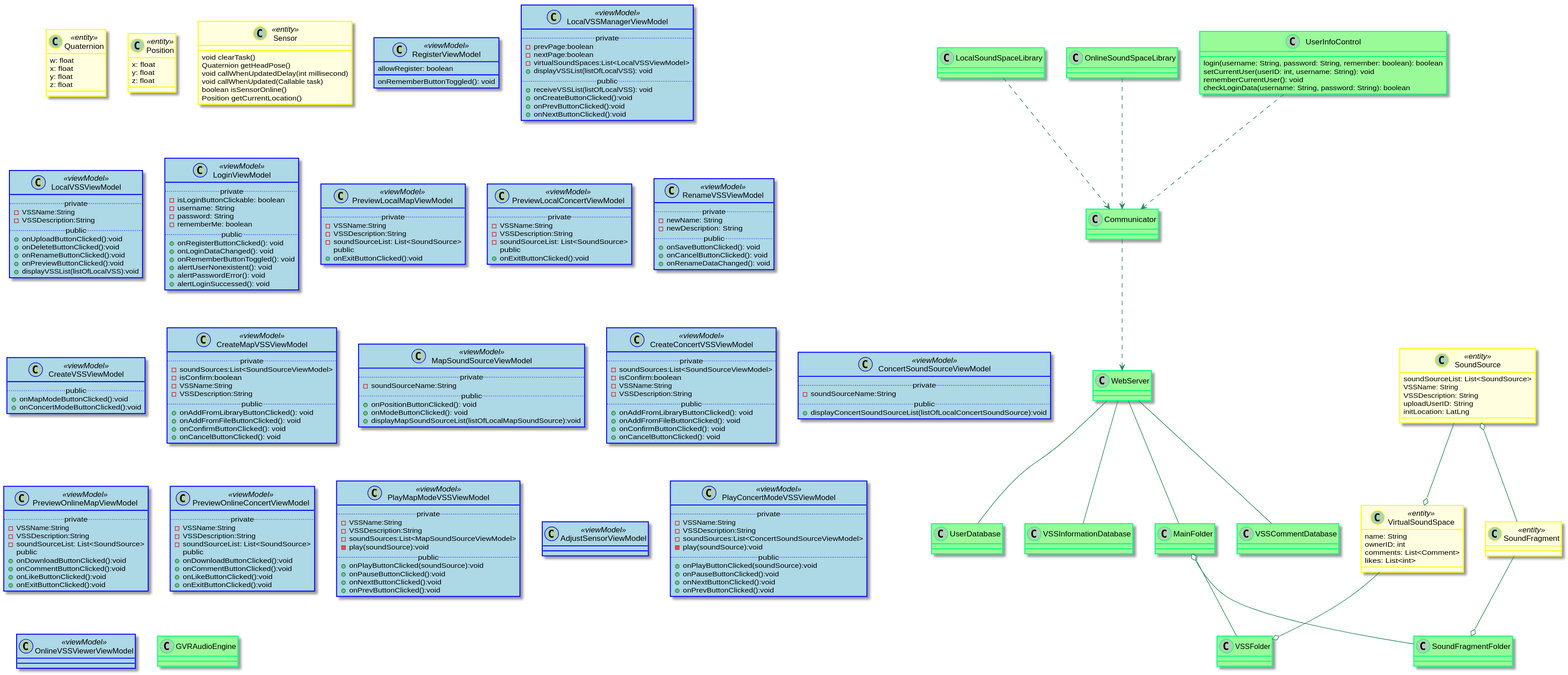
kpp19920121/doc keeps this PlantUML diagram as 设计/Diagrams/ClassDiagram.svg. Above is the earlier version.
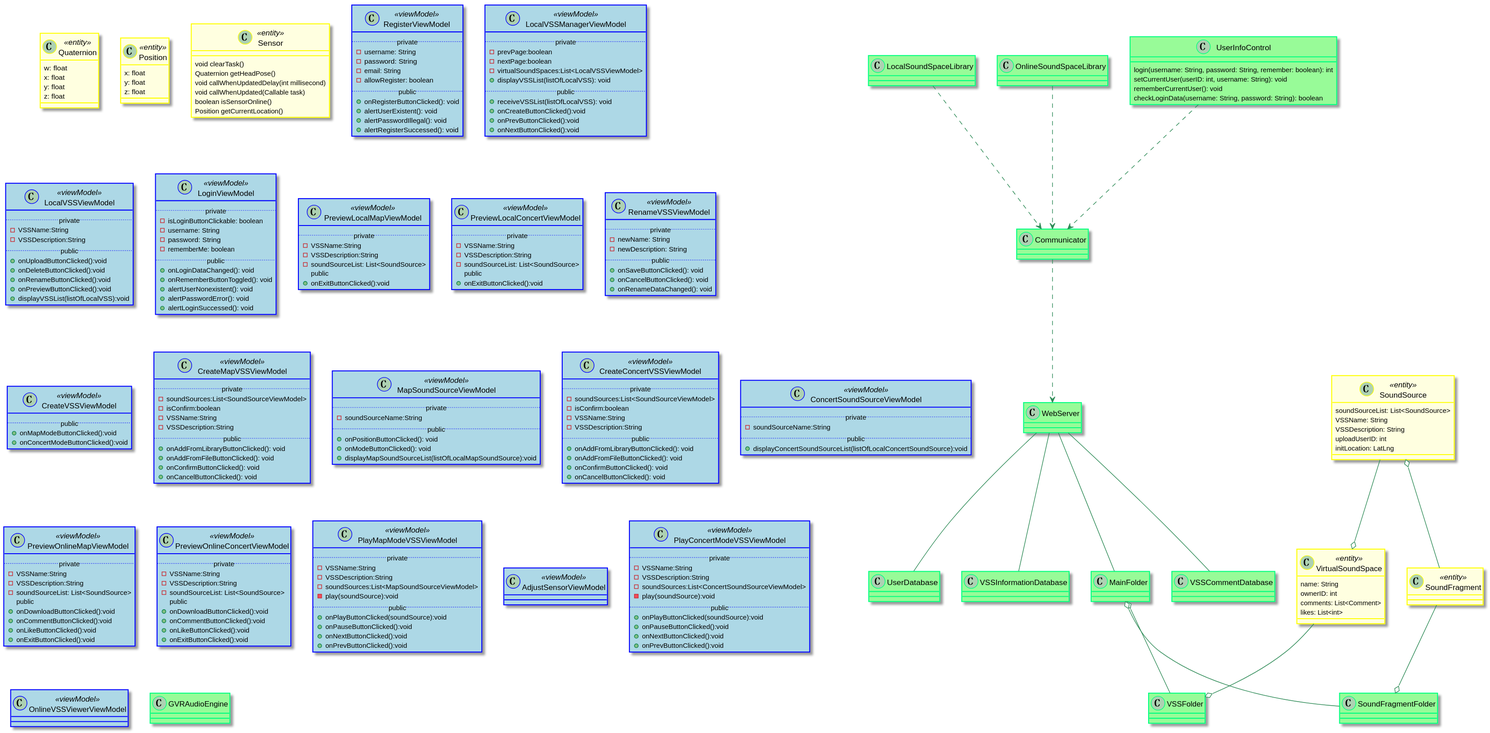
After the change.

What changed in the source:
```diff
@@ -47,7 +47,7 @@
 	soundSourceList: List<SoundSource>
 	VSSName: String
 	VSSDescription: String
-	uploadUserID: String
+	uploadUserID: int
 	initLocation: LatLng
 }
 class OnlineSoundSpaceLibrary {
@@ -57,9 +57,16 @@
 
 }
 class RegisterViewModel <<viewModel>> {
-	allowRegister: boolean
-	onRememberButtonToggled(): void
-
+    ..private..
+    - username: String
+    - password: String
+    - email: String
+    - allowRegister: boolean
+    ..public..
+    + onRegisterButtonClicked(): void
+    + alertUserExistent(): void
+    + alertPasswordIllegal(): void
+    + alertRegisterSuccessed(): void
 }
 class LocalVSSManagerViewModel <<viewModel>> {
   ..private..
@@ -85,18 +92,17 @@
   +displayVSSList(listOfLocalVSS):void
 }
 class LoginViewModel <<viewModel>> {
-	..private..
-	- isLoginButtonClickable: boolean
-	- username: String
-	- password: String
-	- rememberMe: boolean
-	..public..
-	+ onRegisterButtonClicked(): void
-	+ onLoginDataChanged(): void
-	+ onRememberButtonToggled(): void
-	+ alertUserNonexistent(): void
-	+ alertPasswordError(): void
-	+ alertLoginSuccessed(): void
+    ..private..
+    - isLoginButtonClickable: boolean
+    - username: String
+    - password: String
+    - rememberMe: boolean
+    ..public..
+    + onLoginDataChanged(): void
+    + onRememberButtonToggled(): void
+    + alertUserNonexistent(): void
+    + alertPasswordError(): void
+    + alertLoginSuccessed(): void
 }
 
 class PreviewLocalMapViewModel <<viewModel>> {
@@ -227,7 +233,7 @@
 
 }
 class UserInfoControl {
-	login(username: String, password: String, remember: boolean): boolean
+	login(username: String, password: String, remember: boolean): int
 	setCurrentUser(userID: int, username: String): void
 	rememberCurrentUser(): void
 	checkLoginData(username: String, password: String): boolean
```
